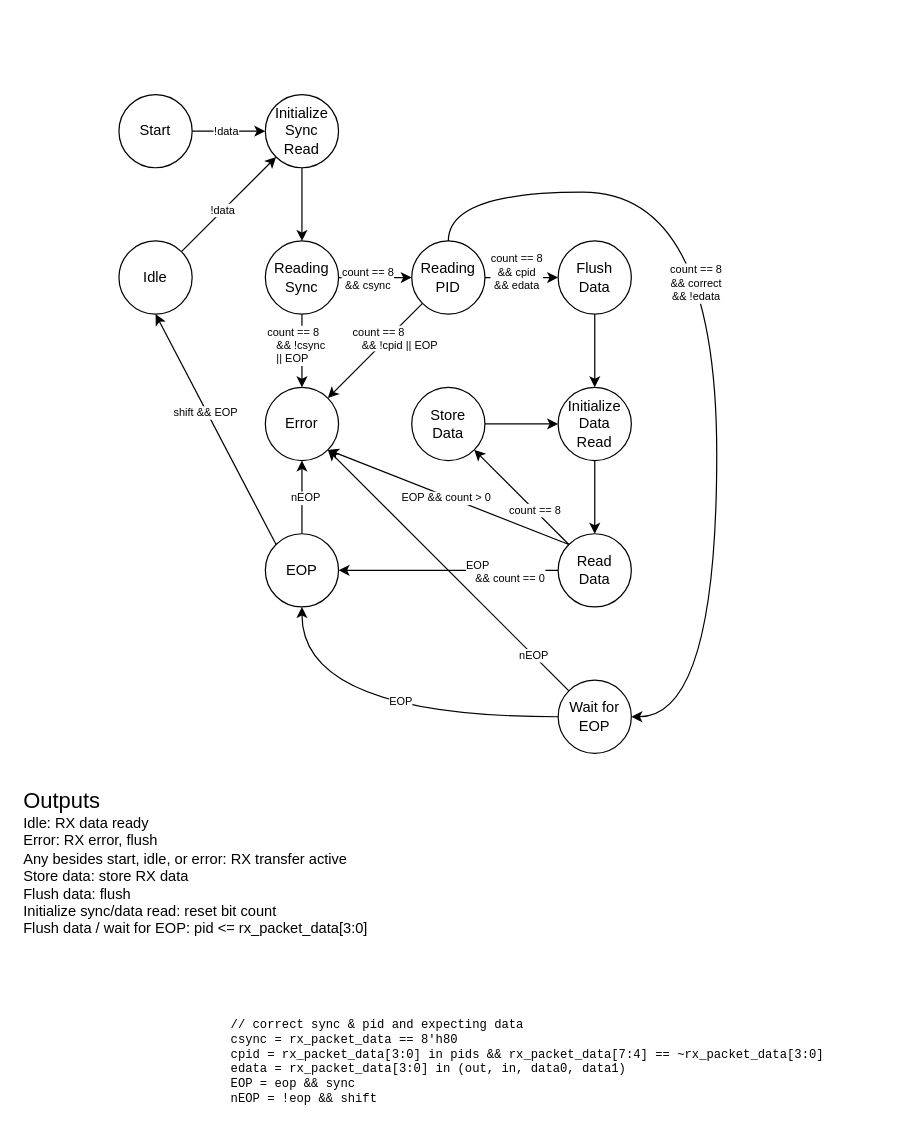
Above: page "FSM" (2 of 6) of diagrams/usb-rx.drawio in bryceberger/337-project (draw.io), before the change. Source tidied: cells renumbered, new cells numbered last; positions are measured from the earlier drawing's top-left corner, leaving out a move shared by most shapes. Both pictures are drawn from the tidied source at 122%, with x=0, y=0 at pixel (21, 94).
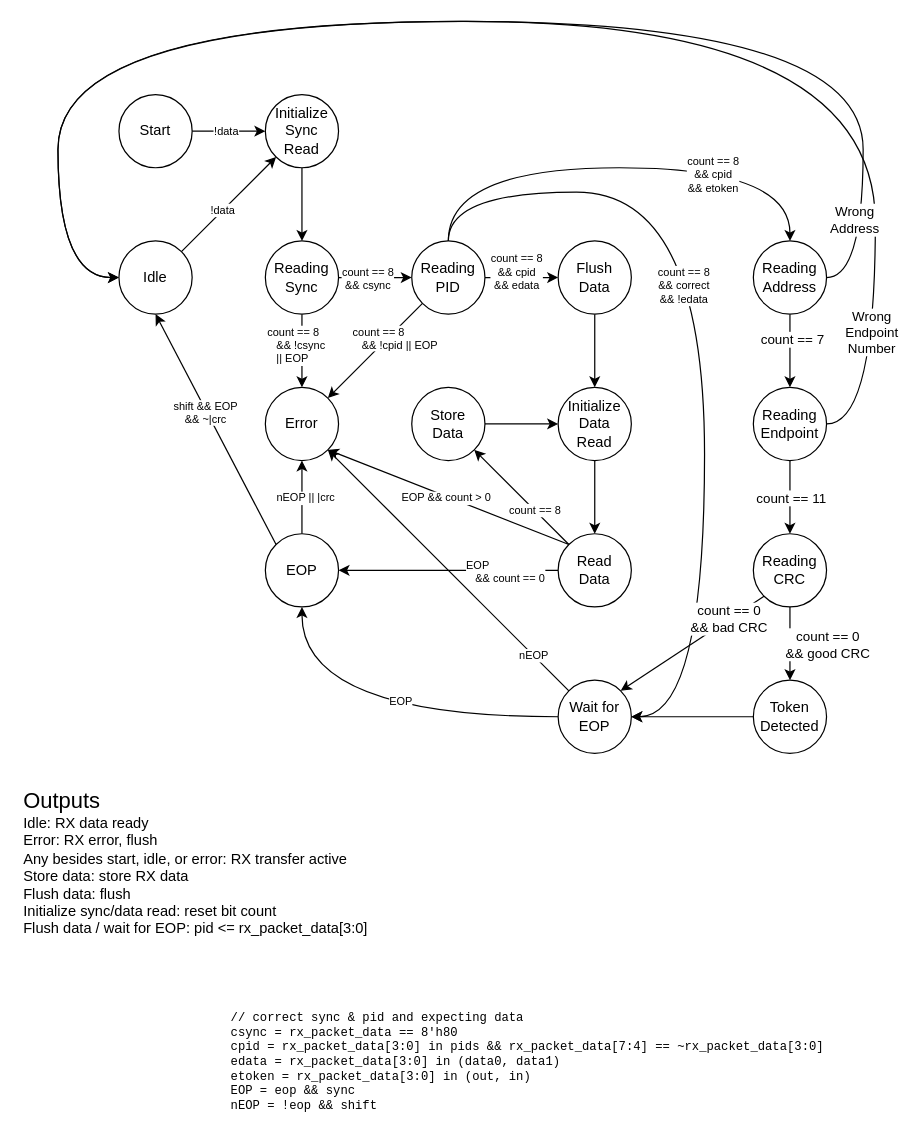
The same page after the edit.

Unchanged cells that the change refers to:
```xml
<mxCell id="6" value="Idle" style="ellipse;whiteSpace=wrap;html=1;" parent="1" vertex="1">
  <mxGeometry x="80" y="120" width="60" height="60" as="geometry" />
</mxCell>
<mxCell id="18" value="Reading&lt;br&gt;PID" style="ellipse;whiteSpace=wrap;html=1;" parent="1" vertex="1">
  <mxGeometry x="320" y="120" width="60" height="60" as="geometry" />
</mxCell>
<mxCell id="21" style="edgeStyle=none;rounded=0;jettySize=auto;html=1;exitX=0;exitY=0;exitDx=0;exitDy=0;entryX=0.5;entryY=1;entryDx=0;entryDy=0;" parent="1" edge="1" source="25" target="6">
  <mxGeometry relative="1" as="geometry" />
</mxCell>
<mxCell id="23" style="edgeStyle=none;rounded=0;jettySize=auto;html=1;exitX=0.5;exitY=0;exitDx=0;exitDy=0;entryX=0.5;entryY=1;entryDx=0;entryDy=0;" parent="1" edge="1" source="25" target="35">
  <mxGeometry relative="1" as="geometry" />
</mxCell>
<mxCell id="40" value="Wait for&lt;br&gt;EOP" style="ellipse;whiteSpace=wrap;html=1;" parent="1" vertex="1">
  <mxGeometry x="440" y="480" width="60" height="60" as="geometry" />
</mxCell>
```

Diff of the diagram source:
```diff
@@
     <mxCell id="16" style="edgeStyle=orthogonalEdgeStyle;curved=1;rounded=0;jettySize=auto;html=1;exitX=0.5;exitY=0;exitDx=0;exitDy=0;entryX=1;entryY=0.5;entryDx=0;entryDy=0;" parent="1" edge="1" source="18" target="40">
       <mxGeometry relative="1" as="geometry">
         <Array as="points">
           <mxPoint x="350" y="80" />
-          <mxPoint x="570" y="80" />
-          <mxPoint x="570" y="510" />
+          <mxPoint x="560" y="80" />
+          <mxPoint x="560" y="510" />
         </Array>
       </mxGeometry>
     </mxCell>
@@
+    <mxCell id="48" style="edgeStyle=orthogonalEdgeStyle;rounded=0;jettySize=auto;html=1;entryX=0.5;entryY=0;entryDx=0;entryDy=0;curved=1;" parent="1" edge="1" source="18" target="53">
+      <mxGeometry relative="1" as="geometry">
+        <Array as="points">
+          <mxPoint x="350" y="60" />
+          <mxPoint x="630" y="60" />
+        </Array>
+      </mxGeometry>
+    </mxCell>
@@
-    <mxCell id="22" value="shift &amp;amp;&amp;amp; EOP" style="edgeLabel;html=1;align=center;verticalAlign=middle;fontSize=9;" parent="21" vertex="1">
+    <mxCell id="22" value="shift &amp;amp;&amp;amp; EOP&lt;br&gt;&amp;amp;&amp;amp; ~|crc" style="edgeLabel;html=1;align=center;verticalAlign=middle;fontSize=9;" parent="21" vertex="1">
       <mxGeometry x="0.15" y="1" relative="1" as="geometry" />
     </mxCell>
@@
-    <mxCell id="24" value="nEOP" style="edgeLabel;html=1;align=center;verticalAlign=middle;fontSize=9;" parent="23" vertex="1">
+    <mxCell id="24" value="nEOP || |crc" style="edgeLabel;html=1;align=center;verticalAlign=middle;fontSize=9;" parent="23" vertex="1">
       <mxGeometry x="-0.01" y="-2" relative="1" as="geometry" />
     </mxCell>
@@
-    <mxCell id="45" value="// correct sync &amp;amp; pid and expecting data&lt;br&gt;csync = rx_packet_data == 8'h80&lt;br&gt;cpid = rx_packet_data[3:0] in pids &amp;amp;&amp;amp;&amp;nbsp;rx_packet_data[7:4] == ~rx_packet_data[3:0]&lt;br&gt;edata = rx_packet_data[3:0] in (out, in, data0, data1)&lt;br&gt;EOP = eop &amp;amp;&amp;amp; sync&lt;br&gt;nEOP = !eop &amp;amp;&amp;amp; shift" style="text;html=1;strokeColor=none;fillColor=none;align=left;verticalAlign=middle;whiteSpace=wrap;rounded=0;labelBackgroundColor=none;fontFamily=Courier New;fontSize=10;" parent="1" vertex="1">
+    <mxCell id="45" value="// correct sync &amp;amp; pid and expecting data&lt;br&gt;csync = rx_packet_data == 8'h80&lt;br&gt;cpid = rx_packet_data[3:0] in pids &amp;amp;&amp;amp;&amp;nbsp;rx_packet_data[7:4] == ~rx_packet_data[3:0]&lt;br&gt;edata = rx_packet_data[3:0] in (data0, data1)&lt;br&gt;etoken = rx_packet_data[3:0] in (out, in)&lt;br&gt;EOP = eop &amp;amp;&amp;amp; sync&lt;br&gt;nEOP = !eop &amp;amp;&amp;amp; shift" style="text;html=1;strokeColor=none;fillColor=none;align=left;verticalAlign=middle;whiteSpace=wrap;rounded=0;labelBackgroundColor=none;fontFamily=Courier New;fontSize=10;" parent="1" vertex="1">
       <mxGeometry x="170" y="750" width="500" height="85" as="geometry" />
     </mxCell>
@@
+    <mxCell id="49" value="count == 8&lt;br style=&quot;font-size: 9px;&quot;&gt;&amp;amp;&amp;amp; cpid&lt;br style=&quot;font-size: 9px;&quot;&gt;&amp;amp;&amp;amp; etoken" style="edgeLabel;html=1;align=center;verticalAlign=middle;fontSize=9;labelBackgroundColor=default;labelBorderColor=none;" parent="1" vertex="1">
+      <mxGeometry x="340" y="130" as="geometry">
+        <mxPoint x="226" y="-65" as="offset" />
+      </mxGeometry>
+    </mxCell>
+    <mxCell id="50" style="edgeStyle=orthogonalEdgeStyle;curved=1;rounded=0;jettySize=auto;html=1;exitX=0.5;exitY=1;exitDx=0;exitDy=0;entryX=0.5;entryY=0;entryDx=0;entryDy=0;" parent="1" edge="1" source="53" target="58">
+      <mxGeometry relative="1" as="geometry" />
+    </mxCell>
+    <mxCell id="51" value="count == 7" style="edgeLabel;html=1;align=center;verticalAlign=middle;" parent="50" vertex="1">
+      <mxGeometry x="-0.33" y="1" relative="1" as="geometry" />
+    </mxCell>
+    <mxCell id="52" style="edgeStyle=orthogonalEdgeStyle;curved=1;rounded=0;jettySize=auto;html=1;exitX=1;exitY=0.5;exitDx=0;exitDy=0;entryX=0;entryY=0.5;entryDx=0;entryDy=0;" parent="1" edge="1" source="53" target="6">
+      <mxGeometry relative="1" as="geometry">
+        <Array as="points">
+          <mxPoint x="690" y="150" />
+          <mxPoint x="690" y="-60" />
+          <mxPoint x="30" y="-60" />
+          <mxPoint x="30" y="150" />
+        </Array>
+      </mxGeometry>
+    </mxCell>
+    <mxCell id="53" value="Reading&lt;br&gt;Address" style="ellipse;whiteSpace=wrap;html=1;" parent="1" vertex="1">
+      <mxGeometry x="600" y="120" width="60" height="60" as="geometry" />
+    </mxCell>
+    <mxCell id="54" style="edgeStyle=orthogonalEdgeStyle;curved=1;rounded=0;jettySize=auto;html=1;" parent="1" edge="1" source="58" target="63">
+      <mxGeometry relative="1" as="geometry" />
+    </mxCell>
+    <mxCell id="55" value="count == 11" style="edgeLabel;html=1;align=center;verticalAlign=middle;" parent="54" vertex="1">
+      <mxGeometry x="-0.3" y="-3" relative="1" as="geometry">
+        <mxPoint x="3" y="9" as="offset" />
+      </mxGeometry>
+    </mxCell>
+    <mxCell id="56" style="edgeStyle=orthogonalEdgeStyle;curved=1;rounded=0;jettySize=auto;html=1;exitX=1;exitY=0.5;exitDx=0;exitDy=0;entryX=0;entryY=0.5;entryDx=0;entryDy=0;" parent="1" edge="1" source="58" target="6">
+      <mxGeometry relative="1" as="geometry">
+        <Array as="points">
+          <mxPoint x="700" y="270" />
+          <mxPoint x="690" y="-60" />
+          <mxPoint x="30" y="-60" />
+          <mxPoint x="30" y="150" />
+        </Array>
+      </mxGeometry>
+    </mxCell>
+    <mxCell id="57" value="Wrong&lt;br&gt;Endpoint&lt;br&gt;Number" style="edgeLabel;html=1;align=center;verticalAlign=middle;" parent="56" vertex="1">
+      <mxGeometry x="-0.82" y="4" relative="1" as="geometry">
+        <mxPoint y="1" as="offset" />
+      </mxGeometry>
+    </mxCell>
+    <mxCell id="58" value="Reading Endpoint" style="ellipse;whiteSpace=wrap;html=1;" parent="1" vertex="1">
+      <mxGeometry x="600" y="240" width="60" height="60" as="geometry" />
+    </mxCell>
+    <mxCell id="59" style="rounded=0;jettySize=auto;html=1;exitX=0;exitY=1;exitDx=0;exitDy=0;entryX=1;entryY=0;entryDx=0;entryDy=0;" parent="1" edge="1" source="63" target="40">
+      <mxGeometry relative="1" as="geometry" />
+    </mxCell>
+    <mxCell id="60" value="count == 0&lt;br&gt;&amp;amp;&amp;amp; bad CRC" style="edgeLabel;html=1;align=center;verticalAlign=middle;" parent="59" vertex="1">
+      <mxGeometry x="-0.37" y="-2" relative="1" as="geometry">
+        <mxPoint x="9" y="-4" as="offset" />
+      </mxGeometry>
+    </mxCell>
+    <mxCell id="61" style="edgeStyle=none;rounded=0;jettySize=auto;html=1;exitX=0.5;exitY=1;exitDx=0;exitDy=0;entryX=0.5;entryY=0;entryDx=0;entryDy=0;" parent="1" edge="1" source="63" target="66">
+      <mxGeometry relative="1" as="geometry" />
+    </mxCell>
+    <mxCell id="62" value="count == 0&lt;br&gt;&amp;amp;&amp;amp; good CRC" style="edgeLabel;html=1;align=center;verticalAlign=middle;" parent="61" vertex="1">
+      <mxGeometry x="-0.12" relative="1" as="geometry">
+        <mxPoint x="30" y="4" as="offset" />
+      </mxGeometry>
+    </mxCell>
+    <mxCell id="63" value="Reading&lt;br&gt;CRC" style="ellipse;whiteSpace=wrap;html=1;" parent="1" vertex="1">
+      <mxGeometry x="600" y="360" width="60" height="60" as="geometry" />
+    </mxCell>
+    <mxCell id="64" value="Wrong&lt;br&gt;Address" style="edgeLabel;html=1;align=center;verticalAlign=middle;" parent="1" vertex="1">
+      <mxGeometry x="690" y="206" as="geometry">
+        <mxPoint x="-8" y="-104" as="offset" />
+      </mxGeometry>
+    </mxCell>
+    <mxCell id="65" style="edgeStyle=none;rounded=0;jettySize=auto;html=1;exitX=0;exitY=0.5;exitDx=0;exitDy=0;entryX=1;entryY=0.5;entryDx=0;entryDy=0;" parent="1" edge="1" source="66" target="40">
+      <mxGeometry relative="1" as="geometry" />
+    </mxCell>
+    <mxCell id="66" value="Token&lt;br&gt;Detected" style="ellipse;whiteSpace=wrap;html=1;" parent="1" vertex="1">
+      <mxGeometry x="600" y="480" width="60" height="60" as="geometry" />
+    </mxCell>
```
